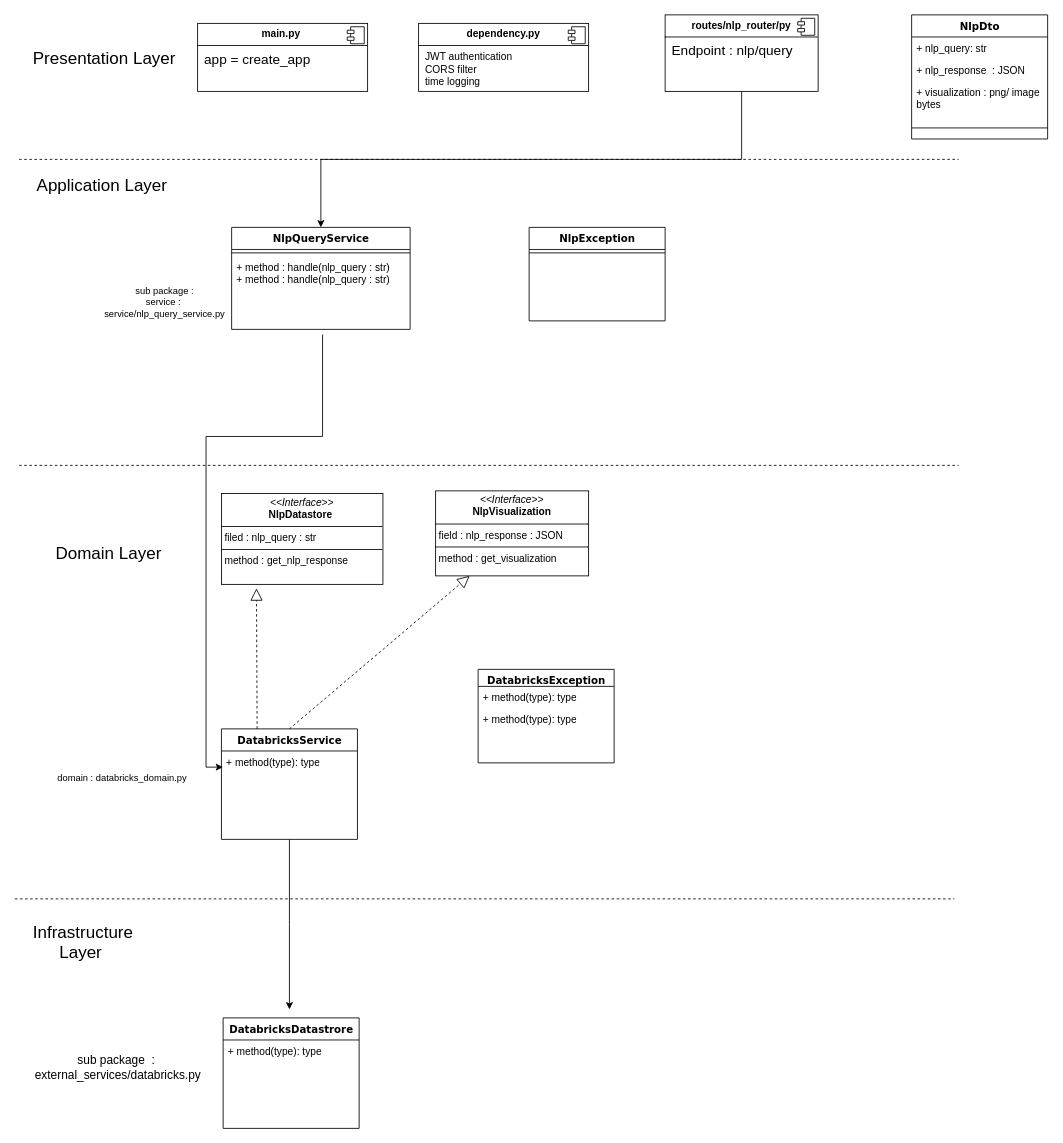
Above: Untitled Diagram.drawio in Satvik-digicert/semantic-kernel-poc (draw.io), before the change. Source tidied: cells renumbered, new cells numbered last; positions are measured from the earlier drawing's top-left corner, leaving out a move shared by most shapes. Both pictures are drawn from the tidied source at 85%, with x=0, y=0 at pixel (14, 14).
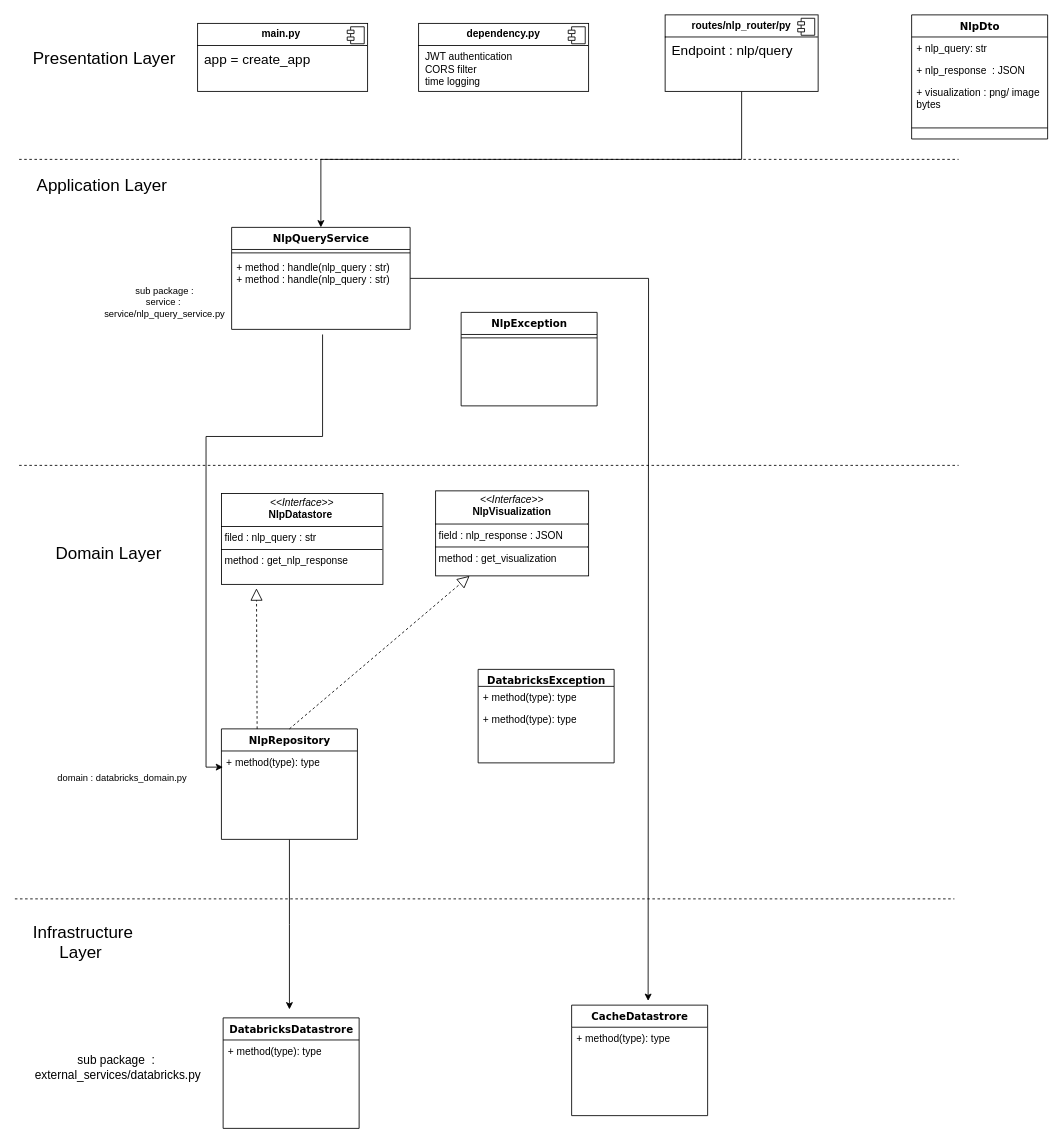
After the change.

The change refers to these unchanged cells:
```xml
<mxCell id="17" value="NlpQueryService" style="swimlane;html=1;fontStyle=1;align=center;verticalAlign=top;horizontal=1;startSize=26;swimlaneFillColor=#ffffff;rounded=0;shadow=0;comic=0;labelBackgroundColor=none;strokeWidth=1;fillColor=none;fontFamily=Verdana;fontSize=12;" parent="1" vertex="1">
  <mxGeometry x="255" y="250" width="210" height="120" as="geometry" />
</mxCell>
```

Change to the diagram source:
```diff
@@
     <mxCell id="2" value="NlpException" style="swimlane;html=1;fontStyle=1;align=center;verticalAlign=top;horizontal=1;startSize=26;swimlaneFillColor=#ffffff;rounded=0;shadow=0;comic=0;labelBackgroundColor=none;strokeWidth=1;fillColor=none;fontFamily=Verdana;fontSize=12;" parent="1" vertex="1">
-      <mxGeometry x="605" y="250" width="160" height="110" as="geometry" />
+      <mxGeometry x="525" y="350" width="160" height="110" as="geometry" />
     </mxCell>
@@
-    <mxCell id="5" value="DatabricksService" style="swimlane;html=1;fontStyle=1;align=center;verticalAlign=top;horizontal=1;startSize=26;swimlaneFillColor=#ffffff;rounded=0;shadow=0;comic=0;labelBackgroundColor=none;strokeWidth=1;fillColor=none;fontFamily=Verdana;fontSize=12;" parent="1" vertex="1">
+    <mxCell id="5" value="NlpRepository" style="swimlane;html=1;fontStyle=1;align=center;verticalAlign=top;horizontal=1;startSize=26;swimlaneFillColor=#ffffff;rounded=0;shadow=0;comic=0;labelBackgroundColor=none;strokeWidth=1;fillColor=none;fontFamily=Verdana;fontSize=12;" parent="1" vertex="1">
       <mxGeometry x="243" y="840" width="160" height="130" as="geometry" />
     </mxCell>
@@
+    <mxCell id="42" style="edgeStyle=orthogonalEdgeStyle;rounded=0;jettySize=auto;html=1;" parent="1" edge="1" source="17">
+      <mxGeometry relative="1" as="geometry">
+        <mxPoint x="745" y="1160" as="targetPoint" />
+      </mxGeometry>
+    </mxCell>
@@
     <mxCell id="19" value="+ method : handle(nlp_query : str)&lt;div&gt;+ method : handle(nlp_query : str)&lt;/div&gt;" style="text;html=1;strokeColor=none;fillColor=none;align=left;verticalAlign=top;spacingLeft=4;spacingRight=4;whiteSpace=wrap;overflow=hidden;" parent="17" vertex="1">
-      <mxGeometry y="34" width="210" height="76" as="geometry" />
+      <mxGeometry y="34" width="210" height="86" as="geometry" />
     </mxCell>
@@
+    <mxCell id="43" value="CacheDatastrore" style="swimlane;html=1;fontStyle=1;align=center;verticalAlign=top;horizontal=1;startSize=26;swimlaneFillColor=#ffffff;rounded=0;shadow=0;comic=0;labelBackgroundColor=none;strokeWidth=1;fillColor=none;fontFamily=Verdana;fontSize=12;" parent="1" vertex="1">
+      <mxGeometry x="655" y="1165" width="160" height="130" as="geometry" />
+    </mxCell>
+    <mxCell id="44" value="+ method(type): type" style="text;html=1;strokeColor=none;fillColor=none;align=left;verticalAlign=top;spacingLeft=4;spacingRight=4;whiteSpace=wrap;overflow=hidden;" parent="43" vertex="1">
+      <mxGeometry y="26" width="160" height="26" as="geometry" />
+    </mxCell>
```
